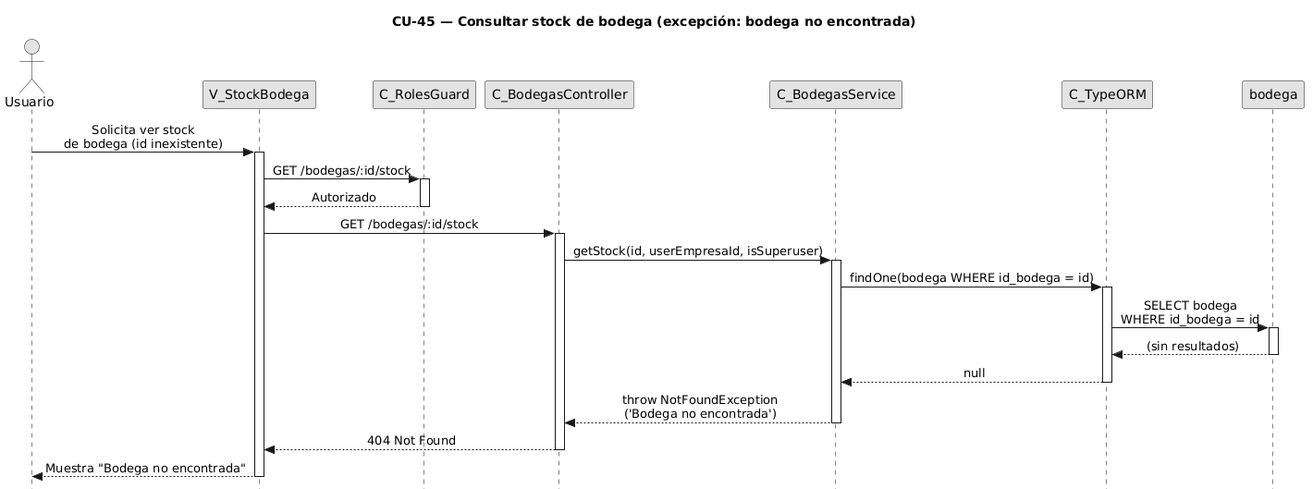
This is diagramas-secuencia/CU45/CU45-exc-bodega-sin-equipos.png from FSM-Finet-y-Cable-Magico/Team_1-Inventario-y-Bodega, a PlantUML export, as it was before one commit.
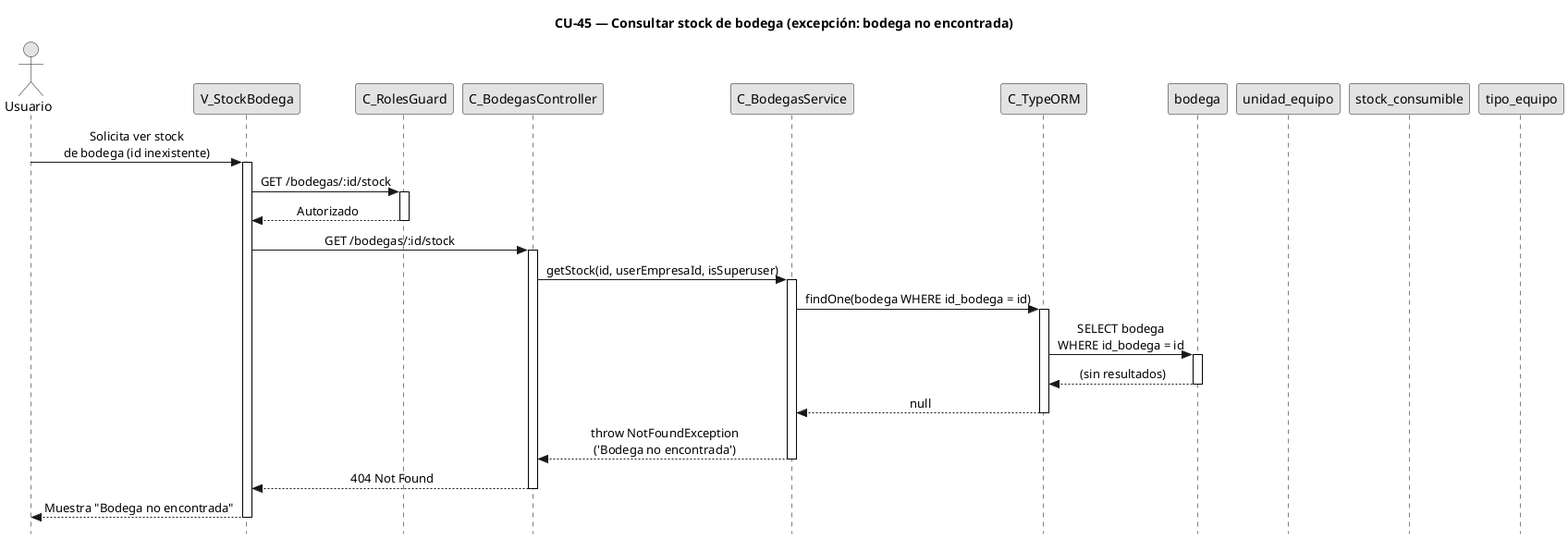
Later version of the same file.

Diff of the diagram source:
```diff
@@ -1,4 +1,4 @@
-@startuml
+@startuml CU45-exc-bodega-sin-equipos
 title CU-45 — Consultar stock de bodega (excepción: bodega no encontrada)
 
 skinparam style strictuml
@@ -18,6 +18,9 @@
 participant "C_BodegasService" as svc
 participant "C_TypeORM" as orm
 participant "bodega" as bent
+participant "unidad_equipo" as uent
+participant "stock_consumible" as scent
+participant "tipo_equipo" as tent
 
 user -> view : Solicita ver stock\nde bodega (id inexistente)
 activate view
@@ -53,4 +56,5 @@
 
 view --> user : Muestra "Bodega no encontrada"
 deactivate view
+
 @enduml
```
